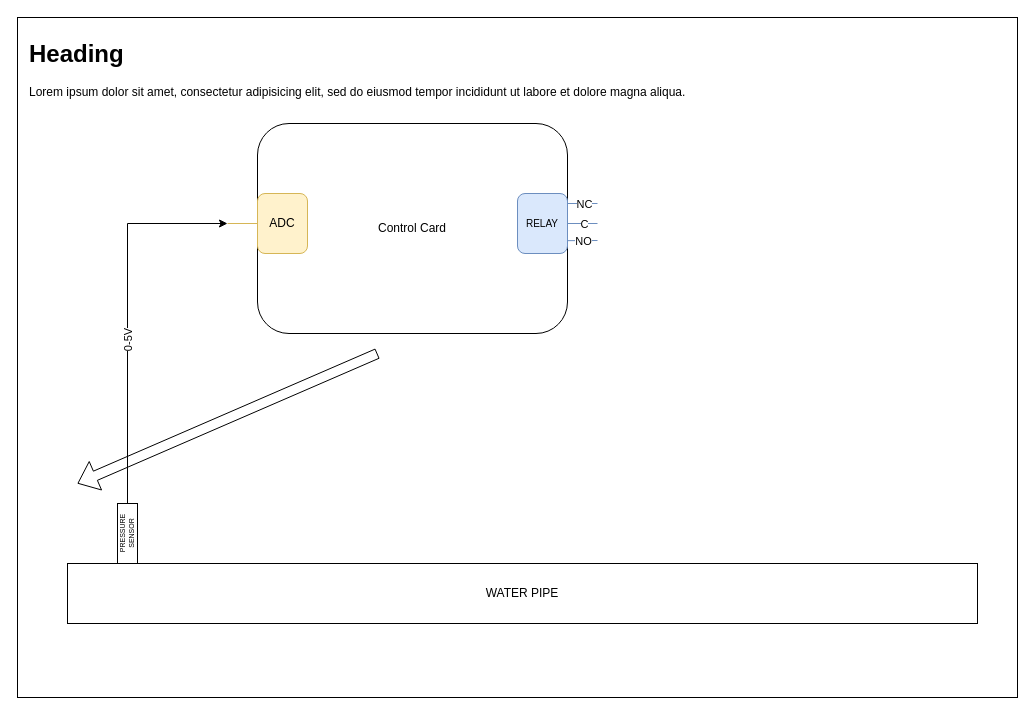
The draw.io diagram page "System" (2 of 3) of documents/diagrams/Staj-2024.drawio in hidroel/staj-2024, before the edit. Source tidied: cells renumbered, new cells numbered last; positions are measured from the earlier drawing's top-left corner, leaving out a move shared by most shapes. Both pictures are drawn from the tidied source at 100%, with x=0, y=0 at pixel (17, 17).
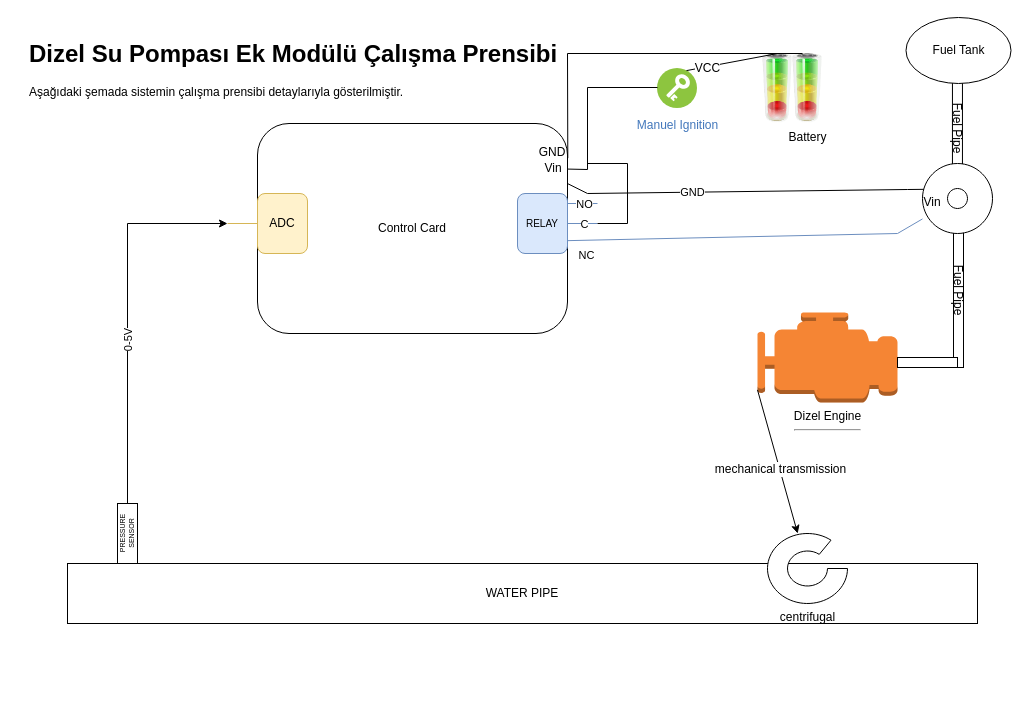
The same diagram, later.

The change refers to these unchanged cells:
```xml
<mxCell id="3" value="Control Card" style="rounded=1;whiteSpace=wrap;html=1;" parent="1" vertex="1">
  <mxGeometry x="240" y="106" width="310" height="210" as="geometry" />
</mxCell>
<mxCell id="6" style="group;" parent="1" vertex="1">
  <mxGeometry x="500" y="176" width="80" height="60" as="geometry" />
</mxCell>
<mxCell id="7" value="&lt;font style=&quot;font-size: 10px;&quot;&gt;RELAY&lt;/font&gt;" style="rounded=1;whiteSpace=wrap;html=1;fillColor=#dae8fc;strokeColor=#6c8ebf;" parent="6" vertex="1">
  <mxGeometry width="50" height="60" as="geometry" />
</mxCell>
<mxCell id="8" style="endArrow=none;html=1;rounded=0;exitX=0.96;exitY=0.167;exitDx=0;exitDy=0;exitPerimeter=0;entryX=0.66;entryY=0.265;entryDx=0;entryDy=0;entryPerimeter=0;fillColor=#dae8fc;strokeColor=#6c8ebf;" parent="6" edge="1">
  <mxGeometry relative="1" as="geometry">
    <mxPoint x="50" y="10" as="sourcePoint" />
    <mxPoint x="80" y="10" as="targetPoint" />
  </mxGeometry>
</mxCell>
```

The edit, as a diff of the source:
```diff
@@
-    <mxCell id="2" style="rounded=0;whiteSpace=wrap;html=1;" parent="1" vertex="1">
-      <mxGeometry width="1000" height="680" as="geometry" />
-    </mxCell>
@@
-    <mxCell id="4" value="&lt;h1 style=&quot;margin-top: 0px;&quot;&gt;Heading&lt;/h1&gt;&lt;p&gt;Lorem ipsum dolor sit amet, consectetur adipisicing elit, sed do eiusmod tempor incididunt ut labore et dolore magna aliqua.&lt;/p&gt;" style="text;html=1;whiteSpace=wrap;overflow=hidden;rounded=0;" parent="1" vertex="1">
+    <mxCell id="4" value="&lt;h1 style=&quot;margin-top: 0px;&quot;&gt;Dizel Su Pompası Ek Modülü Çalışma Prensibi&lt;/h1&gt;&lt;p&gt;Aşağıdaki şemada sistemin çalışma prensibi detaylarıyla gösterilmiştir.&lt;/p&gt;" style="text;html=1;whiteSpace=wrap;overflow=hidden;rounded=0;" parent="1" vertex="1">
       <mxGeometry x="10" y="16" width="930" height="120" as="geometry" />
     </mxCell>
-    <mxCell id="5" style="shape=flexArrow;endArrow=classic;html=1;rounded=0;exitX=0;exitY=0.5;exitDx=0;exitDy=0;entryX=1;entryY=0.5;entryDx=0;entryDy=0;" parent="1" edge="1">
-      <mxGeometry relative="1" as="geometry">
-        <mxPoint x="360" y="336" as="sourcePoint" />
-        <mxPoint x="60" y="466" as="targetPoint" />
-      </mxGeometry>
-    </mxCell>
@@
-    <mxCell id="9" value="NC" style="edgeLabel;html=1;align=center;verticalAlign=middle;" parent="8" vertex="1">
+    <mxCell id="9" value="NO" style="edgeLabel;html=1;align=center;verticalAlign=middle;" parent="8" vertex="1">
       <mxGeometry x="0.09" relative="1" as="geometry" />
     </mxCell>
@@
-    <mxCell id="12" style="endArrow=none;html=1;rounded=0;exitX=0.992;exitY=0.786;exitDx=0;exitDy=0;exitPerimeter=0;entryX=0.66;entryY=0.319;entryDx=0;entryDy=0;entryPerimeter=0;fillColor=#dae8fc;strokeColor=#6c8ebf;" parent="6" edge="1" source="7">
-      <mxGeometry relative="1" as="geometry">
-        <mxPoint x="80" y="47" as="targetPoint" />
-      </mxGeometry>
-    </mxCell>
-    <mxCell id="13" value="NO" style="edgeLabel;html=1;align=center;verticalAlign=middle;" parent="12" vertex="1">
-      <mxGeometry x="0.08" relative="1" as="geometry" />
-    </mxCell>
@@
+    <mxCell id="21" value="Dizel Engine&lt;hr&gt;" style="outlineConnect=0;dashed=0;verticalLabelPosition=bottom;verticalAlign=top;align=center;html=1;shape=mxgraph.aws3.emr_engine;fillColor=#F58534;gradientColor=none;" parent="1" vertex="1">
+      <mxGeometry x="740" y="295" width="140" height="90" as="geometry" />
+    </mxCell>
+    <mxCell id="22" value="Fuel Pipe" style="rounded=0;whiteSpace=wrap;html=1;rotation=90;horizontal=1;" parent="1" vertex="1">
+      <mxGeometry x="863.5" y="267.5" width="155" height="10" as="geometry" />
+    </mxCell>
+    <mxCell id="23" style="rounded=0;whiteSpace=wrap;html=1;rotation=-180;" parent="1" vertex="1">
+      <mxGeometry x="880" y="340" width="60" height="10" as="geometry" />
+    </mxCell>
+    <mxCell id="24" value="Fuel Pipe" style="rounded=0;whiteSpace=wrap;html=1;rotation=90;horizontal=1;" parent="1" vertex="1">
+      <mxGeometry x="891.2" y="106" width="97.5" height="10" as="geometry" />
+    </mxCell>
+    <mxCell id="25" style="verticalLabelPosition=bottom;verticalAlign=top;html=1;shape=mxgraph.basic.donut;dx=25;" parent="1" vertex="1">
+      <mxGeometry x="905" y="146" width="70" height="70" as="geometry" />
+    </mxCell>
+    <mxCell id="26" style="endArrow=none;html=1;rounded=0;entryX=0.018;entryY=0.369;entryDx=0;entryDy=0;entryPerimeter=0;exitX=1;exitY=0.286;exitDx=0;exitDy=0;exitPerimeter=0;" parent="1" edge="1" source="3" target="25">
+      <mxGeometry relative="1" as="geometry">
+        <Array as="points">
+          <mxPoint x="570" y="176" />
+          <mxPoint x="890" y="172" />
+        </Array>
+      </mxGeometry>
+    </mxCell>
+    <mxCell id="27" value="GND" style="edgeLabel;html=1;align=center;verticalAlign=middle;" parent="26" vertex="1">
+      <mxGeometry x="-0.29" relative="1" as="geometry" />
+    </mxCell>
+    <mxCell id="12" style="endArrow=none;html=1;rounded=0;exitX=0.992;exitY=0.786;exitDx=0;exitDy=0;exitPerimeter=0;fillColor=#dae8fc;strokeColor=#6c8ebf;" parent="1" edge="1" source="7" target="25">
+      <mxGeometry relative="1" as="geometry">
+        <Array as="points">
+          <mxPoint x="880" y="216" />
+        </Array>
+      </mxGeometry>
+    </mxCell>
+    <mxCell id="13" value="NC" style="edgeLabel;html=1;align=center;verticalAlign=middle;" parent="12" vertex="1">
+      <mxGeometry x="0.08" relative="1" as="geometry">
+        <mxPoint x="-175" y="19" as="offset" />
+      </mxGeometry>
+    </mxCell>
+    <mxCell id="28" value="Vin" style="text;html=1;strokeColor=none;fillColor=none;align=center;verticalAlign=middle;whiteSpace=wrap;rounded=0;" parent="1" vertex="1">
+      <mxGeometry x="905" y="180" width="20" height="10" as="geometry" />
+    </mxCell>
+    <mxCell id="29" value="Fuel Tank" style="ellipse;whiteSpace=wrap;html=1;" parent="1" vertex="1">
+      <mxGeometry x="888.5" width="105" height="66" as="geometry" />
+    </mxCell>
+    <mxCell id="30" value="centrifugal" style="verticalLabelPosition=bottom;verticalAlign=top;html=1;shape=mxgraph.basic.partConcEllipse;startAngle=0.25;endAngle=0.1;arcWidth=0.5;fontSize=12;" parent="1" vertex="1">
+      <mxGeometry x="750" y="516" width="80" height="70" as="geometry" />
+    </mxCell>
+    <mxCell id="31" style="endArrow=classic;html=1;rounded=0;fontSize=12;exitX=0;exitY=0.86;exitDx=0;exitDy=0;exitPerimeter=0;horizontal=1;align=center;verticalAlign=top;" parent="1" edge="1" source="21" target="30">
+      <mxGeometry relative="1" as="geometry" />
+    </mxCell>
+    <mxCell id="32" value="&lt;div style=&quot;text-align: justify;&quot;&gt;mechanical transmission&lt;/div&gt;" style="edgeLabel;html=1;align=center;verticalAlign=middle;fontSize=12;" parent="31" vertex="1">
+      <mxGeometry x="0.1" y="-1" relative="1" as="geometry">
+        <mxPoint x="1" as="offset" />
+      </mxGeometry>
+    </mxCell>
+    <mxCell id="33" style="image;html=1;image=img/lib/clip_art/general/Battery_allstates_128x128.png;fontSize=12;" parent="1" vertex="1">
+      <mxGeometry x="730" y="36" width="60" height="70" as="geometry" />
+    </mxCell>
+    <mxCell id="34" value="Battery" style="image;html=1;image=img/lib/clip_art/general/Battery_allstates_128x128.png;fontSize=12;" parent="1" vertex="1">
+      <mxGeometry x="760" y="36" width="60" height="70" as="geometry" />
+    </mxCell>
+    <mxCell id="35" value="Manuel Ignition" style="perimeter=ellipsePerimeter;html=1;align=center;shadow=0;dashed=0;fontColor=#4277BB;labelBackgroundColor=#ffffff;fontSize=12;spacingTop=3;image;image=img/lib/ibm/vpc/Key.svg;" parent="1" vertex="1">
+      <mxGeometry x="640" y="51" width="40" height="40" as="geometry" />
+    </mxCell>
+    <mxCell id="36" style="endArrow=none;html=1;rounded=0;fontSize=12;entryX=0.75;entryY=0;entryDx=0;entryDy=0;horizontal=1;verticalAlign=top;" parent="1" edge="1" target="35">
+      <mxGeometry relative="1" as="geometry">
+        <mxPoint x="760" y="36" as="sourcePoint" />
+      </mxGeometry>
+    </mxCell>
+    <mxCell id="37" value="VCC" style="edgeLabel;html=1;align=center;verticalAlign=middle;fontSize=12;" parent="36" vertex="1">
+      <mxGeometry x="0.56" y="1" relative="1" as="geometry" />
+    </mxCell>
+    <mxCell id="38" style="endArrow=none;html=1;rounded=0;fontSize=12;entryX=1.001;entryY=0.165;entryDx=0;entryDy=0;entryPerimeter=0;" parent="1" edge="1" target="3">
+      <mxGeometry relative="1" as="geometry">
+        <mxPoint x="785" y="36" as="sourcePoint" />
+        <Array as="points">
+          <mxPoint x="550" y="36" />
+        </Array>
+      </mxGeometry>
+    </mxCell>
+    <mxCell id="39" value="GND" style="text;html=1;strokeColor=none;fillColor=none;align=center;verticalAlign=middle;whiteSpace=wrap;rounded=0;fontSize=12;" parent="1" vertex="1">
+      <mxGeometry x="505" y="120" width="60" height="30" as="geometry" />
+    </mxCell>
+    <mxCell id="40" value="Vin" style="text;html=1;strokeColor=none;fillColor=none;align=center;verticalAlign=middle;whiteSpace=wrap;rounded=0;fontSize=12;" parent="1" vertex="1">
+      <mxGeometry x="506" y="136" width="60" height="30" as="geometry" />
+    </mxCell>
+    <mxCell id="41" style="endArrow=none;html=1;rounded=0;fontSize=12;exitX=1;exitY=0.217;exitDx=0;exitDy=0;exitPerimeter=0;" parent="1" edge="1" source="3">
+      <mxGeometry relative="1" as="geometry">
+        <mxPoint x="640" y="70" as="targetPoint" />
+        <Array as="points">
+          <mxPoint x="570" y="152" />
+          <mxPoint x="570" y="70" />
+        </Array>
+      </mxGeometry>
+    </mxCell>
+    <mxCell id="42" style="endArrow=none;html=1;rounded=0;fontSize=12;" parent="1" edge="1">
+      <mxGeometry relative="1" as="geometry">
+        <mxPoint x="580" y="206" as="sourcePoint" />
+        <mxPoint x="570" y="146" as="targetPoint" />
+        <Array as="points">
+          <mxPoint x="610" y="206" />
+          <mxPoint x="610" y="146" />
+        </Array>
+      </mxGeometry>
+    </mxCell>
```
